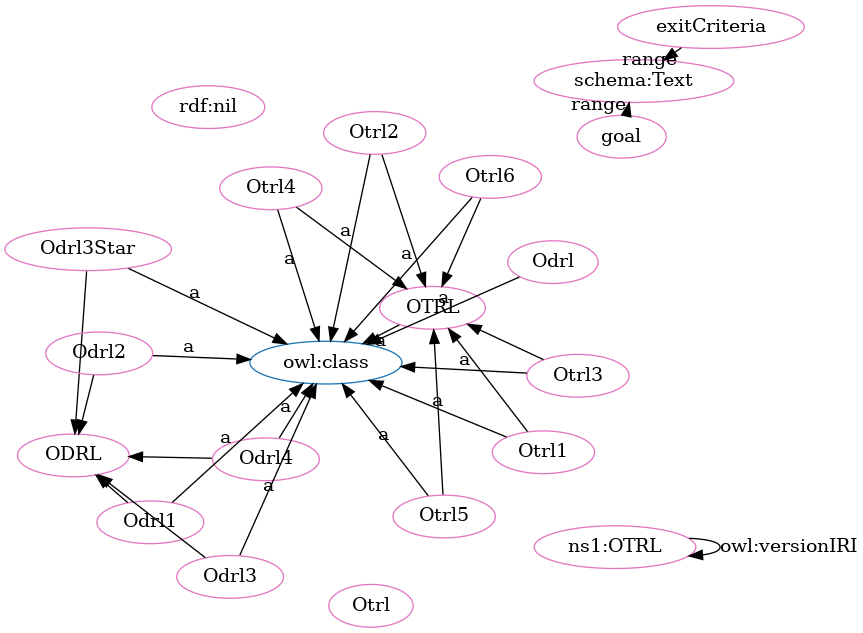
Earlier version of the Graphviz export OTRL-clean.png (OPEN-NEXT/OKH-LOSH). Its source is kept beside it as OTRL-clean.dot.
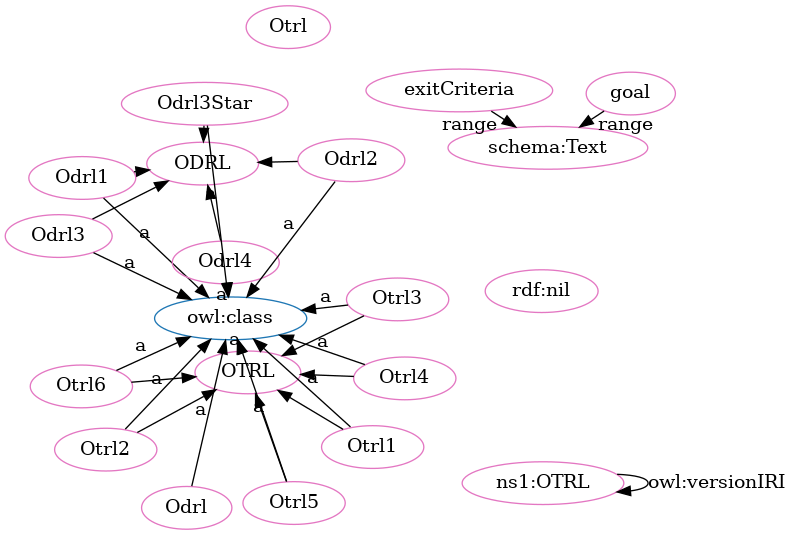
Above is the later version.

The edit, as a diff of the source:
```diff
@@ -1,54 +1,54 @@
 digraph G {
   rankdir=BT
   node[height=.3]
+"http://www.w3.org/2002/07/owl#class" [fillcolor="#1f77b4" color="#1f77b4" label="owl:class"]
 "http://purl.org/oseg/ontologies/OTRL#ODRL" [fillcolor="#1f77b4" color="#1f77b4" label="ODRL"]
-"http://www.w3.org/2002/07/owl#class" [fillcolor="#1f77b4" color="#1f77b4" label="owl:class"]
 "http://purl.org/oseg/ontologies/OTRL#OTRL" [fillcolor="#1f77b4" color="#1f77b4" label="OTRL"]
-"http://purl.org/oseg/ontologies/OTRL#Odrl3Star" [fillcolor="#e377c2" color="#e377c2" label="Odrl3Star"]
+"http://purl.org/oseg/ontologies/OTRL#Otrl6" [fillcolor="#e377c2" color="#e377c2" label="Otrl6"]
+"http://purl.org/oseg/ontologies/OTRL#exitCriteria" [fillcolor="#e377c2" color="#e377c2" label="exitCriteria"]
+"http://purl.org/oseg/ontologies/OTRL" [fillcolor="#e377c2" color="#e377c2" label="ns1:OTRL"]
+"http://purl.org/oseg/ontologies/OTRL#Otrl" [fillcolor="#e377c2" color="#e377c2" label="Otrl"]
+"http://purl.org/oseg/ontologies/OTRL#goal" [fillcolor="#e377c2" color="#e377c2" label="goal"]
 "http://purl.org/oseg/ontologies/OTRL#OTRL" [fillcolor="#e377c2" color="#e377c2" label="OTRL"]
+"http://purl.org/oseg/ontologies/OTRL#Otrl4" [fillcolor="#e377c2" color="#e377c2" label="Otrl4"]
+"http://purl.org/oseg/ontologies/OTRL#Odrl1" [fillcolor="#e377c2" color="#e377c2" label="Odrl1"]
+"http://www.w3.org/1999/02/22-rdf-syntax-ns#nil" [fillcolor="#e377c2" color="#e377c2" label="rdf:nil"]
+"http://purl.org/oseg/ontologies/OTRL#Odrl" [fillcolor="#e377c2" color="#e377c2" label="Odrl"]
+"http://purl.org/oseg/ontologies/OTRL#Otrl1" [fillcolor="#e377c2" color="#e377c2" label="Otrl1"]
+"http://purl.org/oseg/ontologies/OTRL#Odrl4" [fillcolor="#e377c2" color="#e377c2" label="Odrl4"]
 "http://purl.org/oseg/ontologies/OTRL#ODRL" [fillcolor="#e377c2" color="#e377c2" label="ODRL"]
-"http://schema.org/Text" [fillcolor="#e377c2" color="#e377c2" label="schema:Text"]
-"http://purl.org/oseg/ontologies/OTRL#Odrl" [fillcolor="#e377c2" color="#e377c2" label="Odrl"]
-"http://purl.org/oseg/ontologies/OTRL#Otrl2" [fillcolor="#e377c2" color="#e377c2" label="Otrl2"]
-"http://purl.org/oseg/ontologies/OTRL#Otrl" [fillcolor="#e377c2" color="#e377c2" label="Otrl"]
-"http://purl.org/oseg/ontologies/OTRL#Odrl2" [fillcolor="#e377c2" color="#e377c2" label="Odrl2"]
-"http://www.w3.org/1999/02/22-rdf-syntax-ns#nil" [fillcolor="#e377c2" color="#e377c2" label="rdf:nil"]
-"http://purl.org/oseg/ontologies/OTRL" [fillcolor="#e377c2" color="#e377c2" label="ns1:OTRL"]
-"http://purl.org/oseg/ontologies/OTRL#Odrl4" [fillcolor="#e377c2" color="#e377c2" label="Odrl4"]
-"http://purl.org/oseg/ontologies/OTRL#Odrl1" [fillcolor="#e377c2" color="#e377c2" label="Odrl1"]
-"http://purl.org/oseg/ontologies/OTRL#exitCriteria" [fillcolor="#e377c2" color="#e377c2" label="exitCriteria"]
 "http://purl.org/oseg/ontologies/OTRL#Odrl3" [fillcolor="#e377c2" color="#e377c2" label="Odrl3"]
 "http://purl.org/oseg/ontologies/OTRL#Otrl5" [fillcolor="#e377c2" color="#e377c2" label="Otrl5"]
-"http://purl.org/oseg/ontologies/OTRL#Otrl4" [fillcolor="#e377c2" color="#e377c2" label="Otrl4"]
-"http://purl.org/oseg/ontologies/OTRL#Otrl1" [fillcolor="#e377c2" color="#e377c2" label="Otrl1"]
+"http://schema.org/Text" [fillcolor="#e377c2" color="#e377c2" label="schema:Text"]
+"http://purl.org/oseg/ontologies/OTRL#Otrl2" [fillcolor="#e377c2" color="#e377c2" label="Otrl2"]
+"http://purl.org/oseg/ontologies/OTRL#Odrl2" [fillcolor="#e377c2" color="#e377c2" label="Odrl2"]
 "http://purl.org/oseg/ontologies/OTRL#Otrl3" [fillcolor="#e377c2" color="#e377c2" label="Otrl3"]
-"http://purl.org/oseg/ontologies/OTRL#goal" [fillcolor="#e377c2" color="#e377c2" label="goal"]
-"http://purl.org/oseg/ontologies/OTRL#Otrl6" [fillcolor="#e377c2" color="#e377c2" label="Otrl6"]
-  "http://purl.org/oseg/ontologies/OTRL#OTRL" -> "http://www.w3.org/2002/07/owl#class" [label="a"]
-  "http://purl.org/oseg/ontologies/OTRL#Odrl1" -> "http://purl.org/oseg/ontologies/OTRL#ODRL" [label=""]
-  "http://purl.org/oseg/ontologies/OTRL#Otrl4" -> "http://purl.org/oseg/ontologies/OTRL#OTRL" [label=""]
-  "http://purl.org/oseg/ontologies/OTRL#Otrl6" -> "http://purl.org/oseg/ontologies/OTRL#OTRL" [label=""]
-  "http://purl.org/oseg/ontologies/OTRL#Otrl2" -> "http://www.w3.org/2002/07/owl#class" [label="a"]
-  "http://purl.org/oseg/ontologies/OTRL#Odrl4" -> "http://purl.org/oseg/ontologies/OTRL#ODRL" [label=""]
+"http://purl.org/oseg/ontologies/OTRL#Odrl3Star" [fillcolor="#e377c2" color="#e377c2" label="Odrl3Star"]
+  "http://purl.org/oseg/ontologies/OTRL#Otrl6" -> "http://www.w3.org/2002/07/owl#class" [label="a"]
   "http://purl.org/oseg/ontologies/OTRL" -> "http://purl.org/oseg/ontologies/OTRL" [label="owl:versionIRI"]
-  "http://purl.org/oseg/ontologies/OTRL#Odrl4" -> "http://www.w3.org/2002/07/owl#class" [label="a"]
-  "http://purl.org/oseg/ontologies/OTRL#Otrl2" -> "http://purl.org/oseg/ontologies/OTRL#OTRL" [label=""]
   "http://purl.org/oseg/ontologies/OTRL#Otrl4" -> "http://www.w3.org/2002/07/owl#class" [label="a"]
-  "http://purl.org/oseg/ontologies/OTRL#Otrl3" -> "http://www.w3.org/2002/07/owl#class" [label="a"]
-  "http://purl.org/oseg/ontologies/OTRL#Otrl6" -> "http://www.w3.org/2002/07/owl#class" [label="a"]
-  "http://purl.org/oseg/ontologies/OTRL#Odrl3Star" -> "http://www.w3.org/2002/07/owl#class" [label="a"]
-  "http://purl.org/oseg/ontologies/OTRL#goal" -> "http://schema.org/Text" [label="range"]
-  "http://purl.org/oseg/ontologies/OTRL#Odrl2" -> "http://purl.org/oseg/ontologies/OTRL#ODRL" [label=""]
-  "http://purl.org/oseg/ontologies/OTRL#Odrl" -> "http://www.w3.org/2002/07/owl#class" [label="a"]
-  "http://purl.org/oseg/ontologies/OTRL#Odrl2" -> "http://www.w3.org/2002/07/owl#class" [label="a"]
-  "http://purl.org/oseg/ontologies/OTRL#Odrl3" -> "http://purl.org/oseg/ontologies/OTRL#ODRL" [label=""]
-  "http://purl.org/oseg/ontologies/OTRL#Otrl3" -> "http://purl.org/oseg/ontologies/OTRL#OTRL" [label=""]
-  "http://purl.org/oseg/ontologies/OTRL#Odrl1" -> "http://www.w3.org/2002/07/owl#class" [label="a"]
+  "http://purl.org/oseg/ontologies/OTRL#Odrl3Star" -> "http://purl.org/oseg/ontologies/OTRL#ODRL" [label=""]
   "http://purl.org/oseg/ontologies/OTRL#Odrl3" -> "http://www.w3.org/2002/07/owl#class" [label="a"]
   "http://purl.org/oseg/ontologies/OTRL#Otrl5" -> "http://www.w3.org/2002/07/owl#class" [label="a"]
-  "http://purl.org/oseg/ontologies/OTRL#Odrl3Star" -> "http://purl.org/oseg/ontologies/OTRL#ODRL" [label=""]
+  "http://purl.org/oseg/ontologies/OTRL#Odrl2" -> "http://purl.org/oseg/ontologies/OTRL#ODRL" [label=""]
+  "http://purl.org/oseg/ontologies/OTRL#Odrl4" -> "http://purl.org/oseg/ontologies/OTRL#ODRL" [label=""]
+  "http://purl.org/oseg/ontologies/OTRL#Odrl3" -> "http://purl.org/oseg/ontologies/OTRL#ODRL" [label=""]
+  "http://purl.org/oseg/ontologies/OTRL#Otrl2" -> "http://www.w3.org/2002/07/owl#class" [label="a"]
+  "http://purl.org/oseg/ontologies/OTRL#Odrl2" -> "http://www.w3.org/2002/07/owl#class" [label="a"]
+  "http://purl.org/oseg/ontologies/OTRL#Otrl3" -> "http://www.w3.org/2002/07/owl#class" [label="a"]
+  "http://purl.org/oseg/ontologies/OTRL#Otrl2" -> "http://purl.org/oseg/ontologies/OTRL#OTRL" [label=""]
+  "http://purl.org/oseg/ontologies/OTRL#Odrl1" -> "http://purl.org/oseg/ontologies/OTRL#ODRL" [label=""]
+  "http://purl.org/oseg/ontologies/OTRL#Otrl1" -> "http://purl.org/oseg/ontologies/OTRL#OTRL" [label=""]
+  "http://purl.org/oseg/ontologies/OTRL#Odrl3Star" -> "http://www.w3.org/2002/07/owl#class" [label="a"]
+  "http://purl.org/oseg/ontologies/OTRL#Otrl3" -> "http://purl.org/oseg/ontologies/OTRL#OTRL" [label=""]
+  "http://purl.org/oseg/ontologies/OTRL#OTRL" -> "http://www.w3.org/2002/07/owl#class" [label="a"]
+  "http://purl.org/oseg/ontologies/OTRL#Odrl1" -> "http://www.w3.org/2002/07/owl#class" [label="a"]
+  "http://purl.org/oseg/ontologies/OTRL#Otrl1" -> "http://www.w3.org/2002/07/owl#class" [label="a"]
+  "http://purl.org/oseg/ontologies/OTRL#Odrl4" -> "http://www.w3.org/2002/07/owl#class" [label="a"]
+  "http://purl.org/oseg/ontologies/OTRL#exitCriteria" -> "http://schema.org/Text" [label="range"]
+  "http://purl.org/oseg/ontologies/OTRL#goal" -> "http://schema.org/Text" [label="range"]
+  "http://purl.org/oseg/ontologies/OTRL#Odrl" -> "http://www.w3.org/2002/07/owl#class" [label="a"]
+  "http://purl.org/oseg/ontologies/OTRL#Otrl6" -> "http://purl.org/oseg/ontologies/OTRL#OTRL" [label=""]
+  "http://purl.org/oseg/ontologies/OTRL#Otrl4" -> "http://purl.org/oseg/ontologies/OTRL#OTRL" [label=""]
   "http://purl.org/oseg/ontologies/OTRL#Otrl5" -> "http://purl.org/oseg/ontologies/OTRL#OTRL" [label=""]
-  "http://purl.org/oseg/ontologies/OTRL#Otrl1" -> "http://www.w3.org/2002/07/owl#class" [label="a"]
-  "http://purl.org/oseg/ontologies/OTRL#exitCriteria" -> "http://schema.org/Text" [label="range"]
-  "http://purl.org/oseg/ontologies/OTRL#Otrl1" -> "http://purl.org/oseg/ontologies/OTRL#OTRL" [label=""]
 }
```
